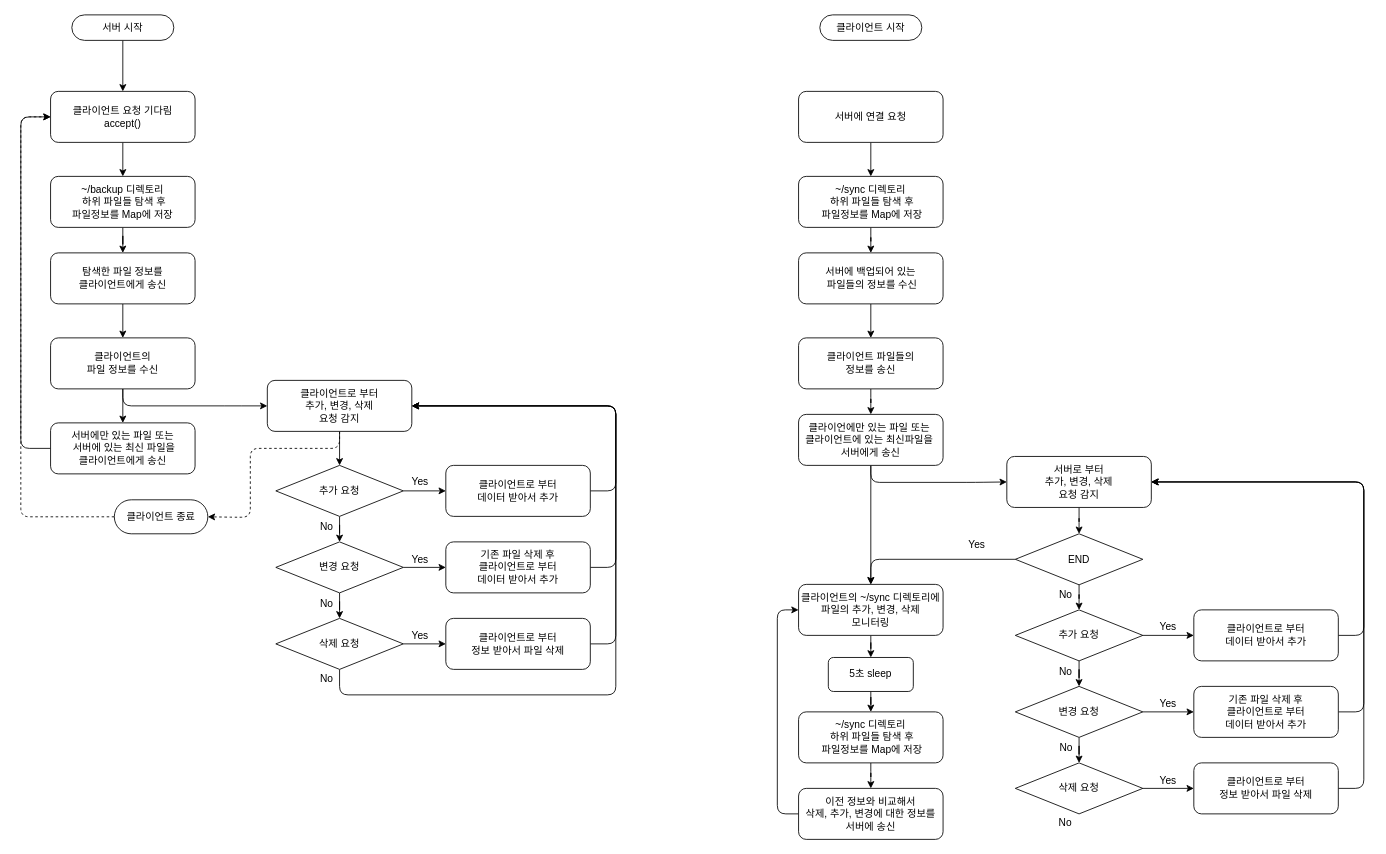
The draw.io diagram page "서버" (1 of 2) of image/FileSynchronized.drawio in pdh9311/file-synchronized, before the edit. Source tidied: cells renumbered, new cells numbered last; positions are measured from the earlier drawing's top-left corner, leaving out a move shared by most shapes. Both pictures are drawn from the tidied source at 85%, with x=0, y=0 at pixel (20, 14).
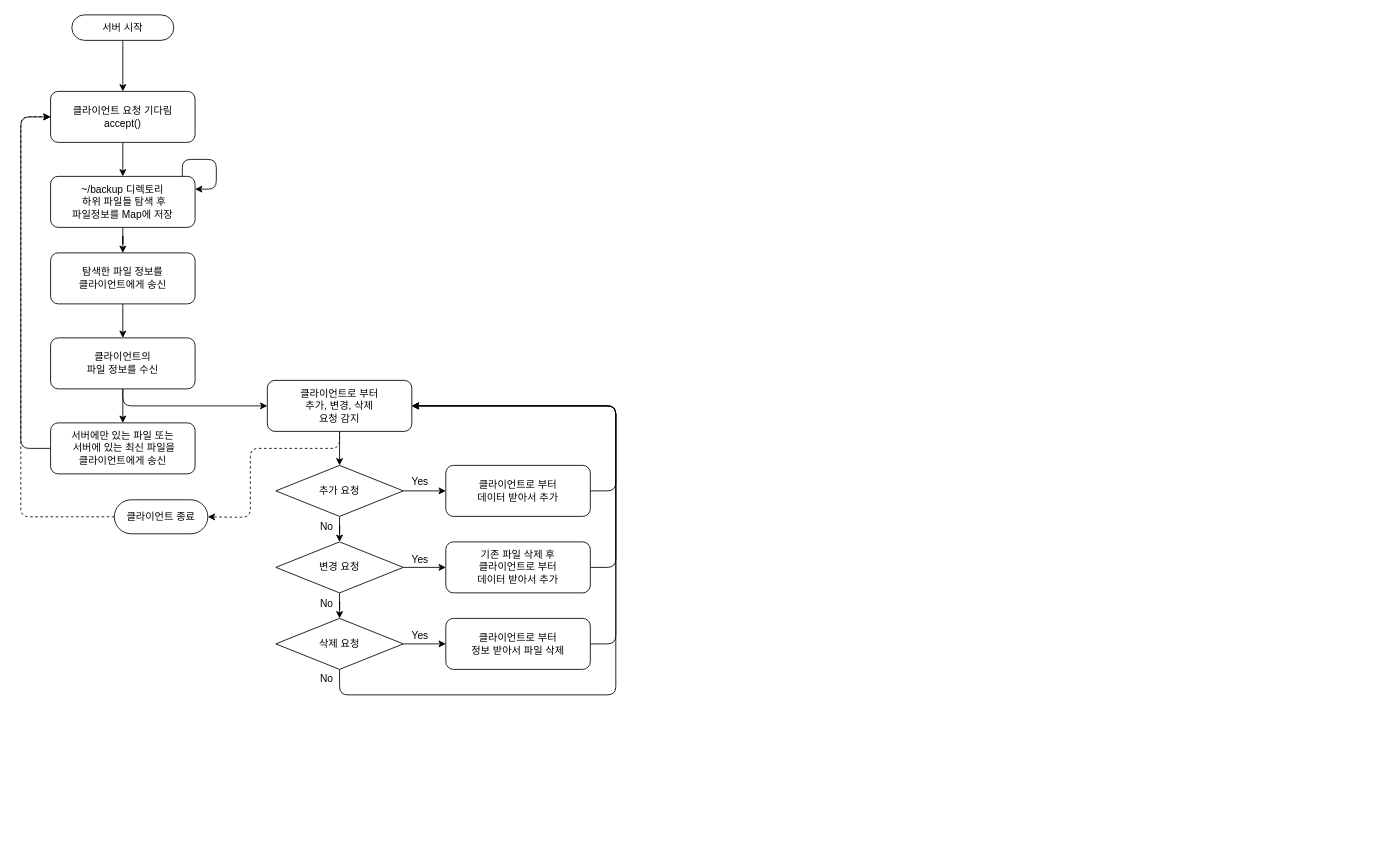
The same diagram, later.

Diff of the diagram source:
```diff
@@
-    <mxCell id="4" value="클라이언트 시작" style="rounded=1;whiteSpace=wrap;html=1;arcSize=50;" parent="1" vertex="1">
-      <mxGeometry x="940" width="120" height="30" as="geometry" />
-    </mxCell>
@@
-    <mxCell id="40" style="edgeStyle=orthogonalEdgeStyle;rounded=1;jettySize=auto;html=1;entryX=0.5;entryY=0;entryDx=0;entryDy=0;" parent="1" edge="1" source="41" target="43">
-      <mxGeometry relative="1" as="geometry" />
-    </mxCell>
-    <mxCell id="41" value="서버에 연결 요청" style="rounded=1;whiteSpace=wrap;html=1;" parent="1" vertex="1">
-      <mxGeometry x="915" y="90" width="170" height="60" as="geometry" />
-    </mxCell>
-    <mxCell id="42" style="edgeStyle=orthogonalEdgeStyle;rounded=1;jettySize=auto;html=1;entryX=0.5;entryY=0;entryDx=0;entryDy=0;" parent="1" edge="1" source="43" target="45">
-      <mxGeometry relative="1" as="geometry" />
-    </mxCell>
-    <mxCell id="43" value="~/sync 디렉토리&lt;br&gt;&amp;nbsp;하위 파일들 탐색 후&lt;br&gt;&amp;nbsp;파일정보를 Map에 저장" style="rounded=1;whiteSpace=wrap;html=1;" parent="1" vertex="1">
-      <mxGeometry x="915" y="190" width="170" height="60" as="geometry" />
-    </mxCell>
-    <mxCell id="44" style="edgeStyle=orthogonalEdgeStyle;rounded=1;jettySize=auto;html=1;" parent="1" edge="1" source="45" target="47">
-      <mxGeometry relative="1" as="geometry" />
-    </mxCell>
-    <mxCell id="45" value="서버에 백업되어 있는&lt;br&gt;&amp;nbsp;파일들의 정보를 수신" style="rounded=1;whiteSpace=wrap;html=1;" parent="1" vertex="1">
-      <mxGeometry x="915" y="280" width="170" height="60" as="geometry" />
-    </mxCell>
-    <mxCell id="46" style="edgeStyle=orthogonalEdgeStyle;rounded=1;jettySize=auto;html=1;entryX=0.5;entryY=0;entryDx=0;entryDy=0;" parent="1" edge="1" source="47" target="50">
-      <mxGeometry relative="1" as="geometry" />
-    </mxCell>
-    <mxCell id="47" value="클라이언트&amp;nbsp;파일들의 &lt;br&gt;정보를 송신" style="rounded=1;whiteSpace=wrap;html=1;" parent="1" vertex="1">
-      <mxGeometry x="915" y="380" width="170" height="60" as="geometry" />
-    </mxCell>
-    <mxCell id="48" style="edgeStyle=orthogonalEdgeStyle;rounded=1;jettySize=auto;html=1;entryX=0.5;entryY=0;entryDx=0;entryDy=0;" parent="1" edge="1" source="50" target="52">
-      <mxGeometry relative="1" as="geometry" />
-    </mxCell>
-    <mxCell id="49" style="edgeStyle=orthogonalEdgeStyle;rounded=1;jettySize=auto;html=1;entryX=0;entryY=0.5;entryDx=0;entryDy=0;" parent="1" edge="1" source="50" target="60">
-      <mxGeometry relative="1" as="geometry">
-        <Array as="points">
-          <mxPoint x="1000" y="550" />
-          <mxPoint x="1123" y="550" />
-        </Array>
-      </mxGeometry>
-    </mxCell>
-    <mxCell id="50" value="클라이언에만 있는 파일 또는&amp;nbsp;&lt;br&gt;클라이언트에 있는 최신파일을&amp;nbsp;&lt;br&gt;서버에게 송신" style="rounded=1;whiteSpace=wrap;html=1;" parent="1" vertex="1">
-      <mxGeometry x="915" y="470" width="170" height="60" as="geometry" />
-    </mxCell>
-    <mxCell id="51" style="edgeStyle=orthogonalEdgeStyle;rounded=1;jettySize=auto;html=1;entryX=0.5;entryY=0;entryDx=0;entryDy=0;" parent="1" edge="1" source="52" target="54">
-      <mxGeometry relative="1" as="geometry" />
-    </mxCell>
-    <mxCell id="52" value="클라이언트의 ~/sync 디렉토리에 파일의 추가, 변경, 삭제&lt;br&gt;모니터링" style="rounded=1;whiteSpace=wrap;html=1;" parent="1" vertex="1">
-      <mxGeometry x="915" y="670" width="170" height="60" as="geometry" />
-    </mxCell>
-    <mxCell id="53" style="edgeStyle=orthogonalEdgeStyle;rounded=1;jettySize=auto;html=1;entryX=0.5;entryY=0;entryDx=0;entryDy=0;" parent="1" edge="1" source="54" target="56">
-      <mxGeometry relative="1" as="geometry" />
-    </mxCell>
-    <mxCell id="54" value="5초 sleep" style="rounded=1;whiteSpace=wrap;html=1;" parent="1" vertex="1">
-      <mxGeometry x="950" y="756" width="100" height="40" as="geometry" />
-    </mxCell>
-    <mxCell id="55" style="edgeStyle=orthogonalEdgeStyle;rounded=1;jettySize=auto;html=1;entryX=0.5;entryY=0;entryDx=0;entryDy=0;" parent="1" edge="1" source="56" target="58">
-      <mxGeometry relative="1" as="geometry" />
-    </mxCell>
-    <mxCell id="56" value="~/sync 디렉토리&lt;br&gt;&amp;nbsp;하위 파일들 탐색 후&lt;br&gt;&amp;nbsp;파일정보를 Map에 저장" style="rounded=1;whiteSpace=wrap;html=1;" parent="1" vertex="1">
-      <mxGeometry x="915" y="820" width="170" height="60" as="geometry" />
-    </mxCell>
-    <mxCell id="57" style="edgeStyle=orthogonalEdgeStyle;rounded=1;jettySize=auto;html=1;entryX=0;entryY=0.5;entryDx=0;entryDy=0;" parent="1" edge="1" source="58" target="52">
-      <mxGeometry relative="1" as="geometry">
-        <Array as="points">
-          <mxPoint x="890" y="940" />
-          <mxPoint x="890" y="700" />
-        </Array>
-      </mxGeometry>
-    </mxCell>
-    <mxCell id="58" value="이전 정보와 비교해서&lt;br&gt;삭제, 추가, 변경에 대한 정보를&lt;br&gt;서버에 송신" style="rounded=1;whiteSpace=wrap;html=1;" parent="1" vertex="1">
-      <mxGeometry x="915" y="910" width="170" height="60" as="geometry" />
-    </mxCell>
-    <mxCell id="59" style="edgeStyle=orthogonalEdgeStyle;rounded=1;jettySize=auto;html=1;entryX=0.5;entryY=0;entryDx=0;entryDy=0;" parent="1" edge="1" source="60" target="83">
-      <mxGeometry relative="1" as="geometry" />
-    </mxCell>
-    <mxCell id="60" value="서버로 부터&lt;br&gt;추가, 변경, 삭제&lt;br&gt;요청 감지" style="rounded=1;whiteSpace=wrap;html=1;" parent="1" vertex="1">
-      <mxGeometry x="1160" y="519.5" width="170" height="60" as="geometry" />
-    </mxCell>
-    <mxCell id="61" style="edgeStyle=orthogonalEdgeStyle;rounded=0;jettySize=auto;html=1;entryX=0.5;entryY=0;entryDx=0;entryDy=0;" parent="1" edge="1" source="63" target="66">
-      <mxGeometry relative="1" as="geometry" />
-    </mxCell>
-    <mxCell id="62" style="edgeStyle=orthogonalEdgeStyle;rounded=0;jettySize=auto;html=1;entryX=0;entryY=0.5;entryDx=0;entryDy=0;" parent="1" edge="1" source="63" target="70">
-      <mxGeometry relative="1" as="geometry" />
-    </mxCell>
-    <mxCell id="63" value="추가 요청" style="rhombus;whiteSpace=wrap;html=1;" parent="1" vertex="1">
-      <mxGeometry x="1170" y="700" width="150" height="60" as="geometry" />
-    </mxCell>
-    <mxCell id="64" style="edgeStyle=orthogonalEdgeStyle;rounded=0;jettySize=auto;html=1;entryX=0.5;entryY=0;entryDx=0;entryDy=0;" parent="1" edge="1" source="66" target="68">
-      <mxGeometry relative="1" as="geometry" />
-    </mxCell>
-    <mxCell id="65" style="edgeStyle=orthogonalEdgeStyle;rounded=0;jettySize=auto;html=1;entryX=0;entryY=0.5;entryDx=0;entryDy=0;" parent="1" edge="1" source="66" target="72">
-      <mxGeometry relative="1" as="geometry" />
-    </mxCell>
-    <mxCell id="66" value="변경 요청" style="rhombus;whiteSpace=wrap;html=1;" parent="1" vertex="1">
-      <mxGeometry x="1170" y="790" width="150" height="60" as="geometry" />
-    </mxCell>
-    <mxCell id="67" style="edgeStyle=orthogonalEdgeStyle;rounded=0;jettySize=auto;html=1;entryX=0;entryY=0.5;entryDx=0;entryDy=0;" parent="1" edge="1" source="68" target="74">
-      <mxGeometry relative="1" as="geometry" />
-    </mxCell>
-    <mxCell id="68" value="삭제 요청" style="rhombus;whiteSpace=wrap;html=1;" parent="1" vertex="1">
-      <mxGeometry x="1170" y="880" width="150" height="60" as="geometry" />
-    </mxCell>
-    <mxCell id="69" style="edgeStyle=orthogonalEdgeStyle;rounded=1;jettySize=auto;html=1;entryX=1;entryY=0.5;entryDx=0;entryDy=0;" parent="1" edge="1" source="70" target="60">
-      <mxGeometry relative="1" as="geometry">
-        <Array as="points">
-          <mxPoint x="1580" y="730" />
-          <mxPoint x="1580" y="549" />
-        </Array>
-      </mxGeometry>
-    </mxCell>
-    <mxCell id="70" value="클라이언트로 부터&lt;br&gt;데이터 받아서 추가" style="rounded=1;whiteSpace=wrap;html=1;" parent="1" vertex="1">
-      <mxGeometry x="1380" y="700" width="170" height="60" as="geometry" />
-    </mxCell>
-    <mxCell id="71" style="edgeStyle=orthogonalEdgeStyle;rounded=1;jettySize=auto;html=1;entryX=1;entryY=0.5;entryDx=0;entryDy=0;" parent="1" edge="1" source="72" target="60">
-      <mxGeometry relative="1" as="geometry">
-        <Array as="points">
-          <mxPoint x="1580" y="820" />
-          <mxPoint x="1580" y="549" />
-        </Array>
-      </mxGeometry>
-    </mxCell>
-    <mxCell id="72" value="기존 파일 삭제 후&lt;br&gt;클라이언트로 부터&lt;br&gt;데이터 받아서 추가" style="rounded=1;whiteSpace=wrap;html=1;" parent="1" vertex="1">
-      <mxGeometry x="1380" y="790" width="170" height="60" as="geometry" />
-    </mxCell>
-    <mxCell id="73" style="edgeStyle=orthogonalEdgeStyle;rounded=1;jettySize=auto;html=1;entryX=1;entryY=0.5;entryDx=0;entryDy=0;" parent="1" edge="1" source="74" target="60">
-      <mxGeometry relative="1" as="geometry">
-        <Array as="points">
-          <mxPoint x="1580" y="910" />
-          <mxPoint x="1580" y="549" />
-        </Array>
-      </mxGeometry>
-    </mxCell>
-    <mxCell id="74" value="클라이언트로 부터&lt;br&gt;정보 받아서 파일 삭제" style="rounded=1;whiteSpace=wrap;html=1;" parent="1" vertex="1">
-      <mxGeometry x="1380" y="880" width="170" height="60" as="geometry" />
-    </mxCell>
-    <mxCell id="75" value="Yes" style="text;html=1;strokeColor=none;fillColor=none;align=center;verticalAlign=middle;whiteSpace=wrap;rounded=0;" parent="1" vertex="1">
-      <mxGeometry x="1335" y="709" width="30" height="21" as="geometry" />
-    </mxCell>
-    <mxCell id="76" value="Yes" style="text;html=1;strokeColor=none;fillColor=none;align=center;verticalAlign=middle;whiteSpace=wrap;rounded=0;" parent="1" vertex="1">
-      <mxGeometry x="1335" y="800" width="30" height="21" as="geometry" />
-    </mxCell>
-    <mxCell id="77" value="Yes" style="text;html=1;strokeColor=none;fillColor=none;align=center;verticalAlign=middle;whiteSpace=wrap;rounded=0;" parent="1" vertex="1">
-      <mxGeometry x="1335" y="890" width="30" height="21" as="geometry" />
-    </mxCell>
-    <mxCell id="78" value="No" style="text;html=1;strokeColor=none;fillColor=none;align=center;verticalAlign=middle;whiteSpace=wrap;rounded=0;" parent="1" vertex="1">
-      <mxGeometry x="1213" y="761" width="32.9" height="23" as="geometry" />
-    </mxCell>
-    <mxCell id="79" value="No" style="text;html=1;strokeColor=none;fillColor=none;align=center;verticalAlign=middle;whiteSpace=wrap;rounded=0;" parent="1" vertex="1">
-      <mxGeometry x="1215" y="852" width="30" height="21" as="geometry" />
-    </mxCell>
-    <mxCell id="80" value="No" style="text;html=1;strokeColor=none;fillColor=none;align=center;verticalAlign=middle;whiteSpace=wrap;rounded=0;" parent="1" vertex="1">
-      <mxGeometry x="1214" y="940" width="30" height="21" as="geometry" />
-    </mxCell>
-    <mxCell id="81" style="edgeStyle=orthogonalEdgeStyle;rounded=1;jettySize=auto;html=1;entryX=0.5;entryY=0;entryDx=0;entryDy=0;" parent="1" edge="1" source="83" target="63">
-      <mxGeometry relative="1" as="geometry" />
-    </mxCell>
-    <mxCell id="82" style="edgeStyle=orthogonalEdgeStyle;rounded=1;jettySize=auto;html=1;entryX=0.5;entryY=0;entryDx=0;entryDy=0;" parent="1" edge="1" source="83" target="52">
-      <mxGeometry relative="1" as="geometry" />
-    </mxCell>
-    <mxCell id="83" value="END" style="rhombus;whiteSpace=wrap;html=1;" parent="1" vertex="1">
-      <mxGeometry x="1170" y="610.5" width="150" height="60" as="geometry" />
-    </mxCell>
-    <mxCell id="84" value="No" style="text;html=1;strokeColor=none;fillColor=none;align=center;verticalAlign=middle;whiteSpace=wrap;rounded=0;" parent="1" vertex="1">
-      <mxGeometry x="1213" y="670" width="32.9" height="23" as="geometry" />
-    </mxCell>
-    <mxCell id="85" value="Yes" style="text;html=1;strokeColor=none;fillColor=none;align=center;verticalAlign=middle;whiteSpace=wrap;rounded=0;" parent="1" vertex="1">
-      <mxGeometry x="1110" y="613" width="30" height="21" as="geometry" />
-    </mxCell>
@@
+    <mxCell id="88" style="edgeStyle=orthogonalEdgeStyle;rounded=1;orthogonalLoop=1;jettySize=auto;html=1;entryX=1;entryY=0.25;entryDx=0;entryDy=0;" parent="1" edge="1">
+      <mxGeometry relative="1" as="geometry">
+        <mxPoint x="190" y="190" as="sourcePoint" />
+        <mxPoint x="205" y="205" as="targetPoint" />
+        <Array as="points">
+          <mxPoint x="190" y="170" />
+          <mxPoint x="230" y="170" />
+          <mxPoint x="230" y="205" />
+        </Array>
+      </mxGeometry>
+    </mxCell>
```
